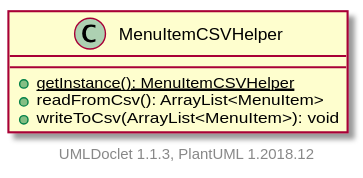
This is projects/oodp/html/umlversion/uml/sg.edu.ntu.scse.cz2002.util.MenuItemCSVHelper.svg from itachi1706/How-to-use-Git-NTUSCSE1819-Site, a PlantUML export, as it was before one commit. Its diagram source:
```plantuml
@startuml

    class MenuItemCSVHelper {
        {static} +getInstance(): MenuItemCSVHelper
        +readFromCsv(): ArrayList<MenuItem>
        +writeToCsv(ArrayList<MenuItem>): void
    }


    center footer UMLDoclet 1.1.3, PlantUML 1.2018.12
@enduml
```
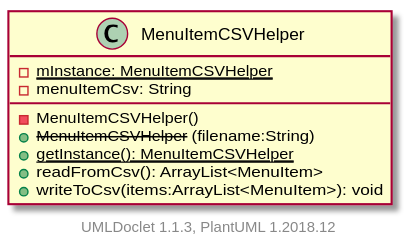
The same file after the commit.

The edit, as a diff of the source:
```diff
@@ -1,9 +1,13 @@
 @startuml
 
-    class MenuItemCSVHelper {
+    class MenuItemCSVHelper [[../sg/edu/ntu/scse/cz2002/util/MenuItemCSVHelper.html]] {
+        {static} -mInstance: MenuItemCSVHelper
+        -menuItemCsv: String
+        -MenuItemCSVHelper()
+        + --MenuItemCSVHelper-- (filename:String)
         {static} +getInstance(): MenuItemCSVHelper
         +readFromCsv(): ArrayList<MenuItem>
-        +writeToCsv(ArrayList<MenuItem>): void
+        +writeToCsv(items:ArrayList<MenuItem>): void
     }
 
 
```
